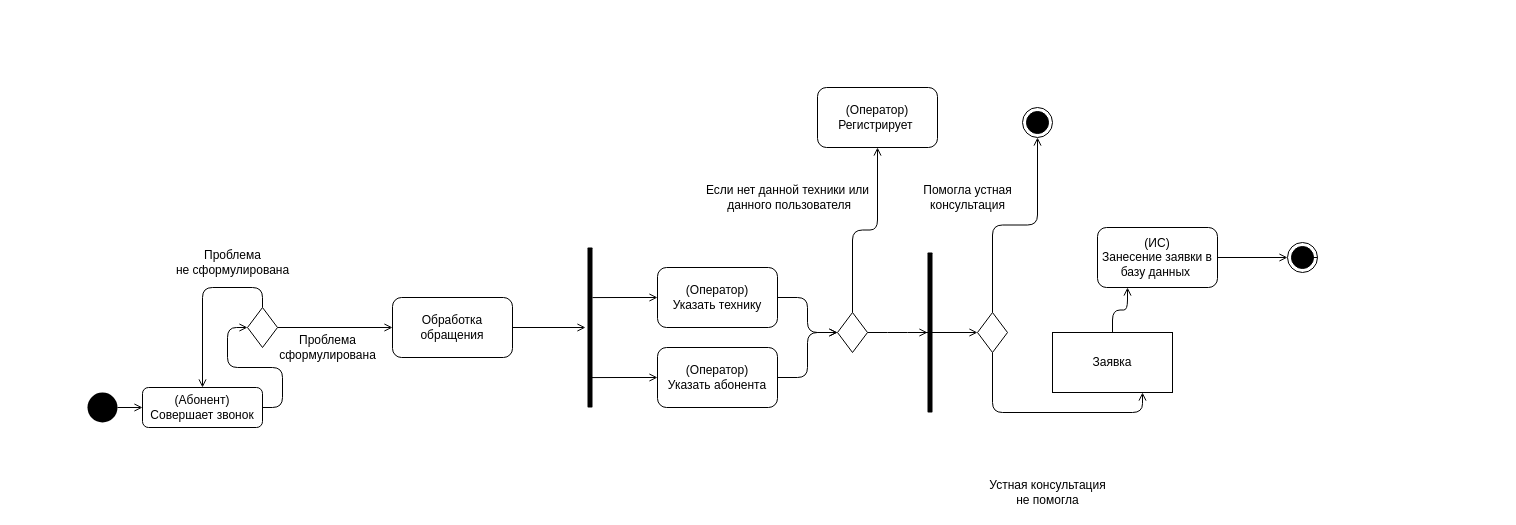
Barashek-1507/DandA keeps this draw.io diagram as Диаграмма действий.drawio. Above is the earlier version. Source tidied: cells renumbered, new cells numbered last; positions are measured from the earlier drawing's top-left corner, leaving out a move shared by most shapes. Both pictures are drawn from the tidied source at 100%, with x=0, y=0 at pixel (87, 87).
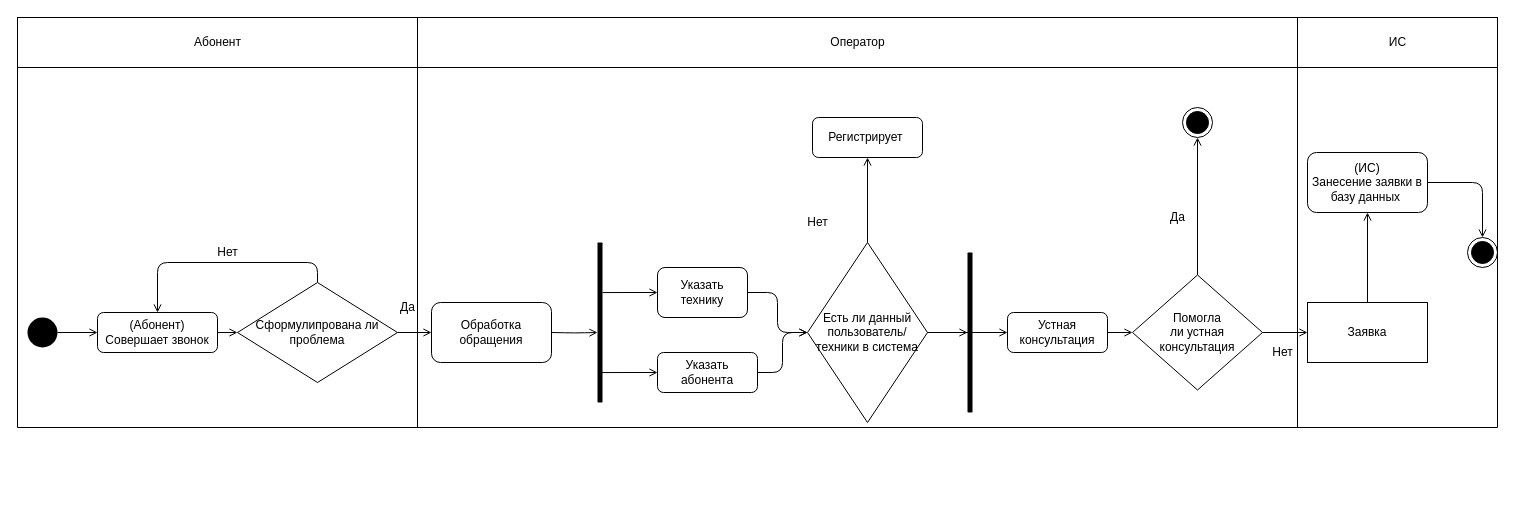
The same page after the edit.

The edit, as a diff of the source:
```diff
@@
     <mxCell id="3" value="(Абонент)&lt;br&gt;Совершает звонок" style="rounded=1;whiteSpace=wrap;html=1;" parent="1" vertex="1">
-      <mxGeometry x="55" y="300" width="120" height="40" as="geometry" />
+      <mxGeometry x="10" y="225" width="120" height="40" as="geometry" />
     </mxCell>
@@
-    <mxCell id="6" style="rhombus;whiteSpace=wrap;html=1;" parent="1" vertex="1">
-      <mxGeometry x="160" y="220" width="30" height="40" as="geometry" />
+    <mxCell id="6" value="Сформулипрована ли проблема" style="rhombus;whiteSpace=wrap;html=1;" parent="1" vertex="1">
+      <mxGeometry x="150" y="195" width="160" height="100" as="geometry" />
     </mxCell>
-    <mxCell id="7" style="edgeStyle=orthogonalEdgeStyle;curved=0;rounded=1;sketch=0;jettySize=auto;html=1;exitX=1;exitY=0.5;exitDx=0;exitDy=0;endArrow=open;endFill=0;" parent="1" edge="1" source="8">
-      <mxGeometry relative="1" as="geometry">
-        <mxPoint x="498" y="240" as="targetPoint" />
-      </mxGeometry>
-    </mxCell>
     <mxCell id="8" value="Обработка обращения" style="rounded=1;whiteSpace=wrap;html=1;sketch=0;" parent="1" vertex="1">
-      <mxGeometry x="305" y="210" width="120" height="60" as="geometry" />
+      <mxGeometry x="344" y="215" width="120" height="60" as="geometry" />
     </mxCell>
-    <mxCell id="9" value="Проблема &lt;br&gt;сформулирована" style="text;html=1;align=center;verticalAlign=middle;" parent="1" vertex="1">
-      <mxGeometry x="185" y="245" width="110" height="30" as="geometry" />
-    </mxCell>
-    <mxCell id="10" value="Проблема &lt;br&gt;не сформулирована" style="text;html=1;align=center;verticalAlign=middle;" parent="1" vertex="1">
-      <mxGeometry x="80" y="160" width="130" height="30" as="geometry" />
-    </mxCell>
-    <mxCell id="11" style="edgeStyle=orthogonalEdgeStyle;curved=0;rounded=1;sketch=0;jettySize=auto;html=1;exitX=1;exitY=0.5;exitDx=0;exitDy=0;entryX=0;entryY=0.5;entryDx=0;entryDy=0;endArrow=open;endFill=0;" parent="1" edge="1" target="3">
-      <mxGeometry relative="1" as="geometry">
-        <mxPoint x="30" y="320" as="sourcePoint" />
-      </mxGeometry>
+    <mxCell id="11" style="edgeStyle=orthogonalEdgeStyle;curved=0;rounded=1;sketch=0;jettySize=auto;html=1;exitX=1;exitY=0.5;exitDx=0;exitDy=0;entryX=0;entryY=0.5;entryDx=0;entryDy=0;endArrow=open;endFill=0;" parent="1" edge="1" source="32" target="3">
+      <mxGeometry relative="1" as="geometry" />
     </mxCell>
+    <mxCell id="39" style="edgeStyle=orthogonalEdgeStyle;curved=0;rounded=1;sketch=0;jettySize=auto;html=1;startArrow=open;startFill=0;endArrow=none;endFill=0;" parent="1" edge="1" target="8">
+      <mxGeometry relative="1" as="geometry">
+        <mxPoint x="510" y="245" as="sourcePoint" />
+      </mxGeometry>
+    </mxCell>
     <mxCell id="12" style="html=1;points=[];perimeter=orthogonalPerimeter;fillColor=#000000;strokeColor=none;rounded=1;sketch=0;" parent="1" vertex="1">
-      <mxGeometry x="500" y="160" width="5" height="160" as="geometry" />
+      <mxGeometry x="510" y="155" width="5" height="160" as="geometry" />
     </mxCell>
@@
-    <mxCell id="15" value="(Оператор)&lt;br&gt;Указать технику" style="rounded=1;whiteSpace=wrap;html=1;sketch=0;" parent="1" vertex="1">
-      <mxGeometry x="570" y="180" width="120" height="60" as="geometry" />
+    <mxCell id="15" value="Указать технику" style="rounded=1;whiteSpace=wrap;html=1;sketch=0;" parent="1" vertex="1">
+      <mxGeometry x="570" y="180" width="90" height="50" as="geometry" />
     </mxCell>
@@
-    <mxCell id="18" value="(Оператор)&lt;br&gt;Указать абонента" style="rounded=1;whiteSpace=wrap;html=1;sketch=0;" parent="1" vertex="1">
-      <mxGeometry x="570" y="260" width="120" height="60" as="geometry" />
+    <mxCell id="18" value="Указать абонента" style="rounded=1;whiteSpace=wrap;html=1;sketch=0;" parent="1" vertex="1">
+      <mxGeometry x="570" y="265" width="100" height="40" as="geometry" />
     </mxCell>
@@
-    <mxCell id="20" style="edgeStyle=orthogonalEdgeStyle;curved=0;rounded=1;sketch=0;jettySize=auto;html=1;exitX=1;exitY=0.5;exitDx=0;exitDy=0;startArrow=none;startFill=0;endArrow=open;endFill=0;" parent="1" edge="1" source="21">
+    <mxCell id="20" style="edgeStyle=orthogonalEdgeStyle;curved=0;rounded=1;sketch=0;orthogonalLoop=1;jettySize=auto;html=1;exitX=1;exitY=0.5;exitDx=0;exitDy=0;startArrow=none;startFill=0;endArrow=open;endFill=0;" parent="1" edge="1">
       <mxGeometry relative="1" as="geometry">
-        <mxPoint x="840" y="245" as="targetPoint" />
+        <mxPoint x="1000" y="245" as="sourcePoint" />
+        <mxPoint x="1000" y="245" as="targetPoint" />
       </mxGeometry>
     </mxCell>
-    <mxCell id="21" style="rhombus;whiteSpace=wrap;html=1;" parent="1" vertex="1">
-      <mxGeometry x="750" y="225" width="30" height="40" as="geometry" />
+    <mxCell id="21" value="Есть ли данный пользователь/техники в система" style="rhombus;whiteSpace=wrap;html=1;" parent="1" vertex="1">
+      <mxGeometry x="720" y="155" width="120" height="180" as="geometry" />
     </mxCell>
-    <mxCell id="22" value="(Оператор)&lt;br&gt;Регистрирует&amp;nbsp;" style="rounded=1;whiteSpace=wrap;html=1;sketch=0;" parent="1" vertex="1">
-      <mxGeometry x="730" width="120" height="60" as="geometry" />
+    <mxCell id="22" value="Регистрирует&amp;nbsp;" style="rounded=1;whiteSpace=wrap;html=1;sketch=0;" parent="1" vertex="1">
+      <mxGeometry x="725" y="30" width="110" height="40" as="geometry" />
     </mxCell>
-    <mxCell id="23" value="Если нет данной техники или&lt;br&gt;&amp;nbsp;данного пользователя" style="text;html=1;align=center;verticalAlign=middle;" parent="1" vertex="1">
-      <mxGeometry x="610" y="95" width="180" height="30" as="geometry" />
+    <mxCell id="23" value="Нет" style="text;html=1;align=center;verticalAlign=middle;" parent="1" vertex="1">
+      <mxGeometry x="710" y="125" width="40" height="20" as="geometry" />
     </mxCell>
+    <mxCell id="40" style="edgeStyle=orthogonalEdgeStyle;curved=0;rounded=1;sketch=0;jettySize=auto;html=1;startArrow=open;startFill=0;endArrow=none;endFill=0;" parent="1" edge="1" source="24" target="21">
+      <mxGeometry relative="1" as="geometry" />
+    </mxCell>
     <mxCell id="24" style="html=1;points=[];perimeter=orthogonalPerimeter;fillColor=#000000;strokeColor=none;rounded=1;sketch=0;" parent="1" vertex="1">
-      <mxGeometry x="840" y="165" width="5" height="160" as="geometry" />
+      <mxGeometry x="880" y="165" width="5" height="160" as="geometry" />
     </mxCell>
-    <mxCell id="25" style="edgeStyle=orthogonalEdgeStyle;curved=0;rounded=1;sketch=0;jettySize=auto;html=1;exitX=0.5;exitY=0;exitDx=0;exitDy=0;entryX=0.25;entryY=1;entryDx=0;entryDy=0;startArrow=none;startFill=0;endArrow=open;endFill=0;" parent="1" edge="1" source="26" target="36">
+    <mxCell id="25" style="edgeStyle=orthogonalEdgeStyle;curved=0;rounded=1;sketch=0;jettySize=auto;html=1;exitX=0.5;exitY=0;exitDx=0;exitDy=0;entryX=0.5;entryY=1;entryDx=0;entryDy=0;startArrow=none;startFill=0;endArrow=open;endFill=0;" parent="1" edge="1" source="26" target="36">
       <mxGeometry relative="1" as="geometry" />
     </mxCell>
+    <mxCell id="41" style="edgeStyle=orthogonalEdgeStyle;curved=0;rounded=1;sketch=0;jettySize=auto;html=1;startArrow=open;startFill=0;endArrow=none;endFill=0;" parent="1" edge="1" source="26" target="33">
+      <mxGeometry relative="1" as="geometry" />
+    </mxCell>
     <mxCell id="26" value="Заявка" style="rounded=0;whiteSpace=wrap;html=1;sketch=0;" parent="1" vertex="1">
-      <mxGeometry x="965" y="245" width="120" height="60" as="geometry" />
+      <mxGeometry x="1220" y="215" width="120" height="60" as="geometry" />
     </mxCell>
@@
-    <mxCell id="28" style="edgeStyle=orthogonalEdgeStyle;curved=0;rounded=1;sketch=0;jettySize=auto;html=1;exitX=0.5;exitY=1;exitDx=0;exitDy=0;entryX=0.75;entryY=1;entryDx=0;entryDy=0;startArrow=none;startFill=0;endArrow=open;endFill=0;" parent="1" edge="1" source="33" target="26">
-      <mxGeometry relative="1" as="geometry" />
-    </mxCell>
     <mxCell id="29" style="ellipse;html=1;shape=endState;fillColor=#000000;strokeColor=#000000;rounded=1;sketch=0;" parent="1" vertex="1">
-      <mxGeometry x="935" y="20" width="30" height="30" as="geometry" />
+      <mxGeometry x="1095" y="20" width="30" height="30" as="geometry" />
     </mxCell>
-    <mxCell id="30" value="Помогла устная &lt;br&gt;консультация" style="text;html=1;align=center;verticalAlign=middle;" parent="1" vertex="1">
-      <mxGeometry x="825" y="95" width="110" height="30" as="geometry" />
-    </mxCell>
-    <mxCell id="31" value="Устная консультация&lt;br&gt;не помогла" style="text;html=1;align=center;verticalAlign=middle;" parent="1" vertex="1">
-      <mxGeometry x="890" y="390" width="140" height="30" as="geometry" />
+    <mxCell id="31" value="Нет" style="text;html=1;align=center;verticalAlign=middle;" parent="1" vertex="1">
+      <mxGeometry x="1175" y="255" width="40" height="20" as="geometry" />
     </mxCell>
     <mxCell id="32" style="ellipse;fillColor=#000000;strokeColor=none;rounded=0;sketch=0;" parent="1" vertex="1">
-      <mxGeometry y="305" width="30" height="30" as="geometry" />
+      <mxGeometry x="-60" y="230" width="30" height="30" as="geometry" />
     </mxCell>
+    <mxCell id="42" style="edgeStyle=orthogonalEdgeStyle;curved=0;rounded=1;sketch=0;jettySize=auto;html=1;startArrow=open;startFill=0;endArrow=none;endFill=0;" parent="1" edge="1" source="33" target="49">
+      <mxGeometry relative="1" as="geometry" />
+    </mxCell>
-    <mxCell id="33" style="rhombus;whiteSpace=wrap;html=1;" parent="1" vertex="1">
-      <mxGeometry x="890" y="225" width="30" height="40" as="geometry" />
+    <mxCell id="33" value="Помогла&lt;br&gt;ли устная консультация" style="rhombus;whiteSpace=wrap;html=1;" parent="1" vertex="1">
+      <mxGeometry x="1045" y="187.5" width="130" height="115" as="geometry" />
     </mxCell>
-    <mxCell id="34" style="endArrow=open;html=1;endFill=0;" parent="1" edge="1" target="33">
-      <mxGeometry relative="1" as="geometry">
-        <mxPoint x="830" y="245" as="sourcePoint" />
-      </mxGeometry>
-    </mxCell>
-    <mxCell id="35" style="edgeStyle=orthogonalEdgeStyle;curved=0;rounded=1;sketch=0;jettySize=auto;html=1;exitX=1;exitY=0.5;exitDx=0;exitDy=0;startArrow=none;startFill=0;endArrow=open;endFill=0;" parent="1" edge="1" source="37">
-      <mxGeometry relative="1" as="geometry">
-        <mxPoint x="1210" y="169.7" as="targetPoint" />
-      </mxGeometry>
-    </mxCell>
     <mxCell id="36" value="(ИС)&lt;br&gt;Занесение заявки в базу данных&amp;nbsp;" style="rounded=1;whiteSpace=wrap;html=1;sketch=0;" parent="1" vertex="1">
-      <mxGeometry x="1010" y="140" width="120" height="60" as="geometry" />
+      <mxGeometry x="1220" y="65" width="120" height="60" as="geometry" />
     </mxCell>
     <mxCell id="37" style="ellipse;html=1;shape=endState;fillColor=#000000;strokeColor=#000000;rounded=1;sketch=0;" parent="1" vertex="1">
-      <mxGeometry x="1200" y="155" width="30" height="30" as="geometry" />
+      <mxGeometry x="1380" y="150" width="30" height="30" as="geometry" />
     </mxCell>
@@
+    <mxCell id="43" value="Абонент" style="html=1;rounded=0;sketch=0;" parent="1" vertex="1">
+      <mxGeometry x="-70" y="-70" width="400" height="50" as="geometry" />
+    </mxCell>
+    <mxCell id="44" value="Да" style="text;html=1;align=center;verticalAlign=middle;" parent="1" vertex="1">
+      <mxGeometry x="305" y="210" width="30" height="20" as="geometry" />
+    </mxCell>
+    <mxCell id="45" value="Нет" style="text;html=1;align=center;verticalAlign=middle;" parent="1" vertex="1">
+      <mxGeometry x="120" y="155" width="40" height="20" as="geometry" />
+    </mxCell>
+    <mxCell id="46" value="Оператор" style="html=1;rounded=0;sketch=0;" parent="1" vertex="1">
+      <mxGeometry x="330" y="-70" width="880" height="50" as="geometry" />
+    </mxCell>
+    <mxCell id="47" value="ИС" style="html=1;rounded=0;sketch=0;" parent="1" vertex="1">
+      <mxGeometry x="1210" y="-70" width="200" height="50" as="geometry" />
+    </mxCell>
+    <mxCell id="48" style="edgeStyle=orthogonalEdgeStyle;curved=0;rounded=1;sketch=0;jettySize=auto;html=1;startArrow=open;startFill=0;endArrow=none;endFill=0;" parent="1" edge="1" source="49" target="21">
+      <mxGeometry relative="1" as="geometry" />
+    </mxCell>
+    <mxCell id="49" value="Устная консультация" style="rounded=1;whiteSpace=wrap;html=1;sketch=0;" parent="1" vertex="1">
+      <mxGeometry x="920" y="225" width="100" height="40" as="geometry" />
+    </mxCell>
+    <mxCell id="50" value="Да" style="text;html=1;align=center;verticalAlign=middle;" parent="1" vertex="1">
+      <mxGeometry x="1075" y="120" width="30" height="20" as="geometry" />
+    </mxCell>
+    <mxCell id="51" style="endArrow=none;html=1;entryX=0;entryY=1;entryDx=0;entryDy=0;" parent="1" edge="1" target="46">
+      <mxGeometry relative="1" as="geometry">
+        <mxPoint x="330" y="340" as="sourcePoint" />
+      </mxGeometry>
+    </mxCell>
+    <mxCell id="52" style="endArrow=none;html=1;entryX=0;entryY=1;entryDx=0;entryDy=0;" parent="1" edge="1">
+      <mxGeometry relative="1" as="geometry">
+        <mxPoint x="-70" y="340" as="sourcePoint" />
+        <mxPoint x="-70" y="-20" as="targetPoint" />
+      </mxGeometry>
+    </mxCell>
+    <mxCell id="53" style="endArrow=none;html=1;entryX=0;entryY=1;entryDx=0;entryDy=0;" parent="1" edge="1">
+      <mxGeometry relative="1" as="geometry">
+        <mxPoint x="1210" y="340" as="sourcePoint" />
+        <mxPoint x="1210" y="-20" as="targetPoint" />
+      </mxGeometry>
+    </mxCell>
+    <mxCell id="54" style="endArrow=none;html=1;entryX=0;entryY=1;entryDx=0;entryDy=0;" parent="1" edge="1">
+      <mxGeometry relative="1" as="geometry">
+        <mxPoint x="1410" y="340" as="sourcePoint" />
+        <mxPoint x="1410" y="-20" as="targetPoint" />
+      </mxGeometry>
+    </mxCell>
+    <mxCell id="55" style="endArrow=none;html=1;" parent="1" edge="1">
+      <mxGeometry relative="1" as="geometry">
+        <mxPoint x="-70" y="340" as="sourcePoint" />
+        <mxPoint x="1410" y="340" as="targetPoint" />
+      </mxGeometry>
+    </mxCell>
```
